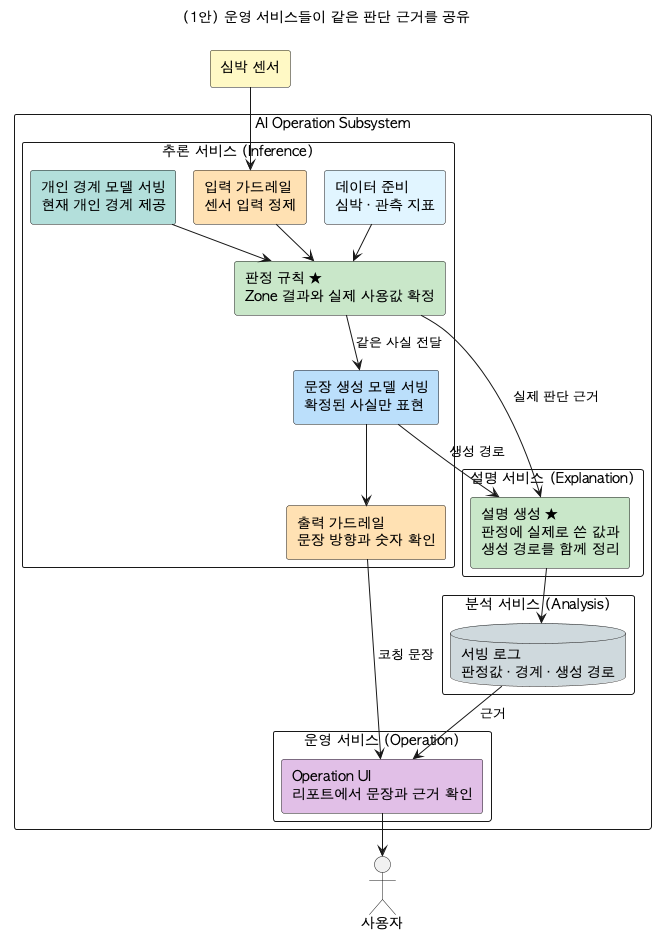
The PlantUML diagram arch/dp/dp-01-explainability/images/dp-01-explainability-adopted-simple.png in tenyearslove/zone2runner, before a commit.
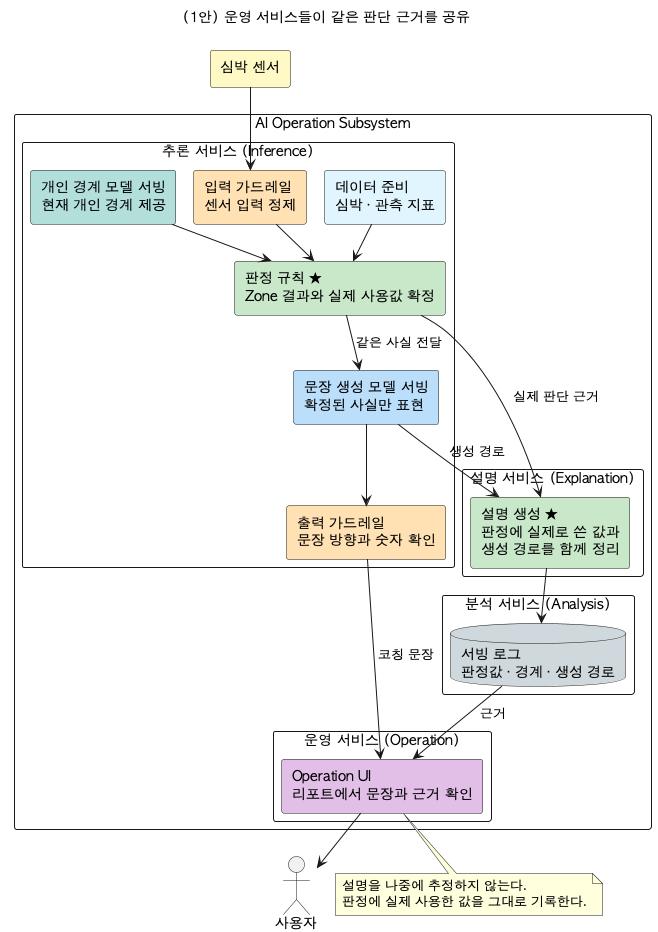
Above is the later version.

Diff of the diagram source:
```diff
@@ -49,4 +49,9 @@
 OUTPUT --> UI : 코칭 문장
 LOG --> UI : 근거
 UI --> USER
+
+note bottom of UI
+  설명을 나중에 추정하지 않는다.
+  판정에 실제 사용한 값을 그대로 기록한다.
+end note
 @enduml
```
